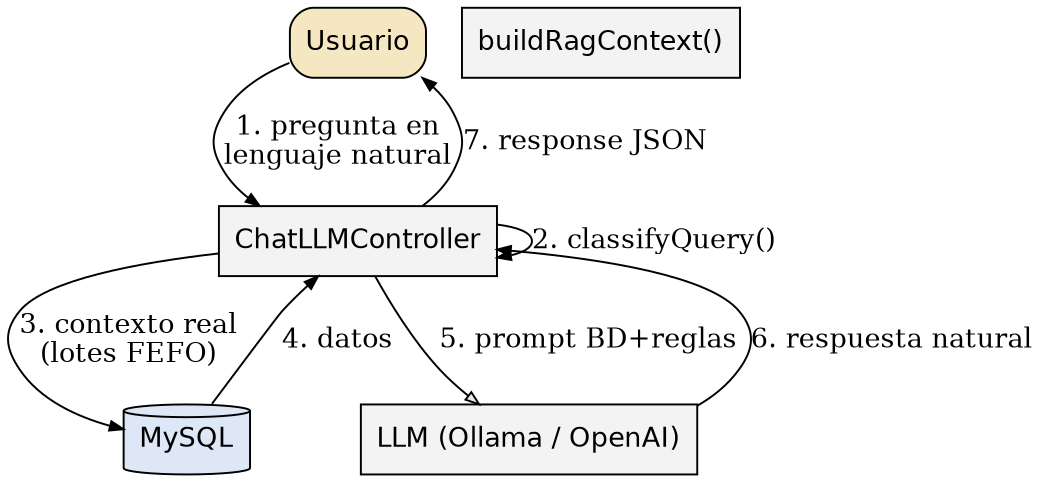
Above: overleaf_tesis_humanizado/Anexos/Imagenes/SecuenciaConsultaRAG.png in germanmurillas/gestor-inventario-pymes-llm (Graphviz), before the change. Its source is kept beside it as overleaf_tesis_humanizado/Anexos/Imagenes/SecuenciaConsultaRAG.dot. The source it was exported from:
```dot
digraph SEQ_RAG {
  rankdir=TB; bgcolor=white; fontname="Helvetica"; fontsize=9;
  node [shape=box, fontname="Helvetica", fillcolor="#F3F3F3", style=filled];
  edge [arrowsize=.7];

  U [label="Usuario", style="rounded,filled", fillcolor="#F5E7C1"];
  CHAT [label="ChatLLMController"];
  CTX [label="buildRagContext()"];
  DB [label="MySQL", shape=cylinder, fillcolor="#DDE7F5"];
  LLM [label="LLM (Ollama / OpenAI)"];

  U -> CHAT [label="1. pregunta en\nlenguaje natural"];
  CHAT -> CHAT [label="2. classifyQuery()"];
  CHAT -> DB [label="3. contexto real\n(lotes FEFO)"];
  DB -> CHAT [label="4. datos"];
  CHAT -> LLM [label="5. prompt BD+reglas", shape=oval, fillcolor="#E7F0E7"];
  LLM -> CHAT [label="6. respuesta natural"];
  CHAT -> U [label="7. response JSON"];
}
```
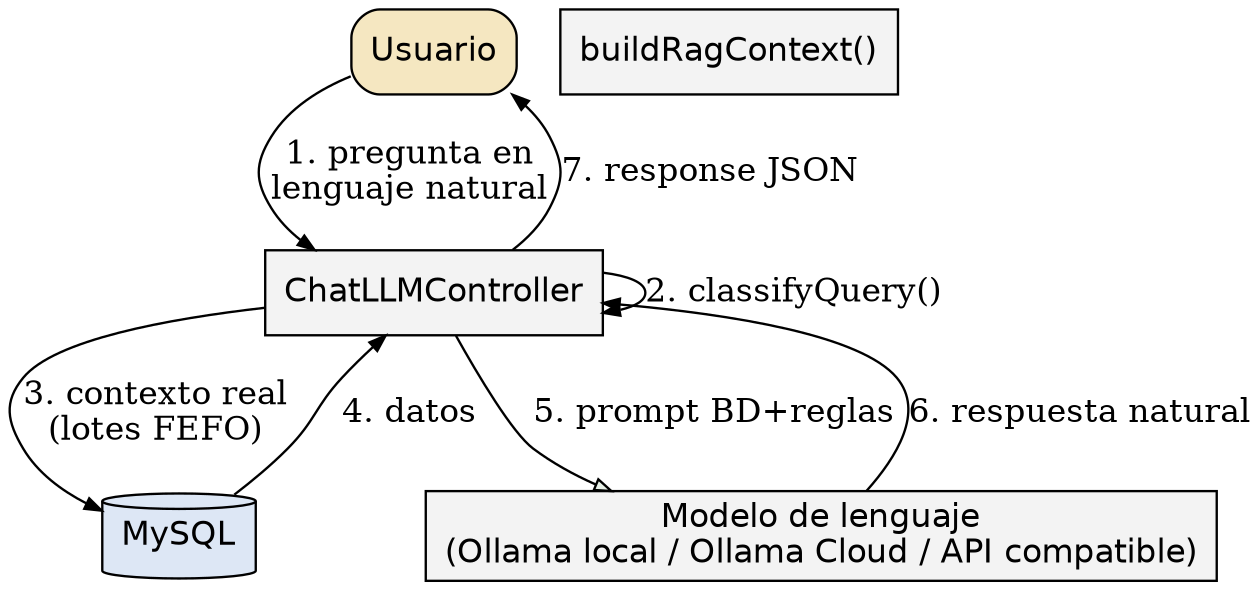
The same file after the commit.

The edit, as a diff of the source:
```diff
@@ -7,7 +7,7 @@
   CHAT [label="ChatLLMController"];
   CTX [label="buildRagContext()"];
   DB [label="MySQL", shape=cylinder, fillcolor="#DDE7F5"];
-  LLM [label="LLM (Ollama / OpenAI)"];
+  LLM [label="Modelo de lenguaje\n(Ollama local / Ollama Cloud / API compatible)"];
 
   U -> CHAT [label="1. pregunta en\nlenguaje natural"];
   CHAT -> CHAT [label="2. classifyQuery()"];
```
